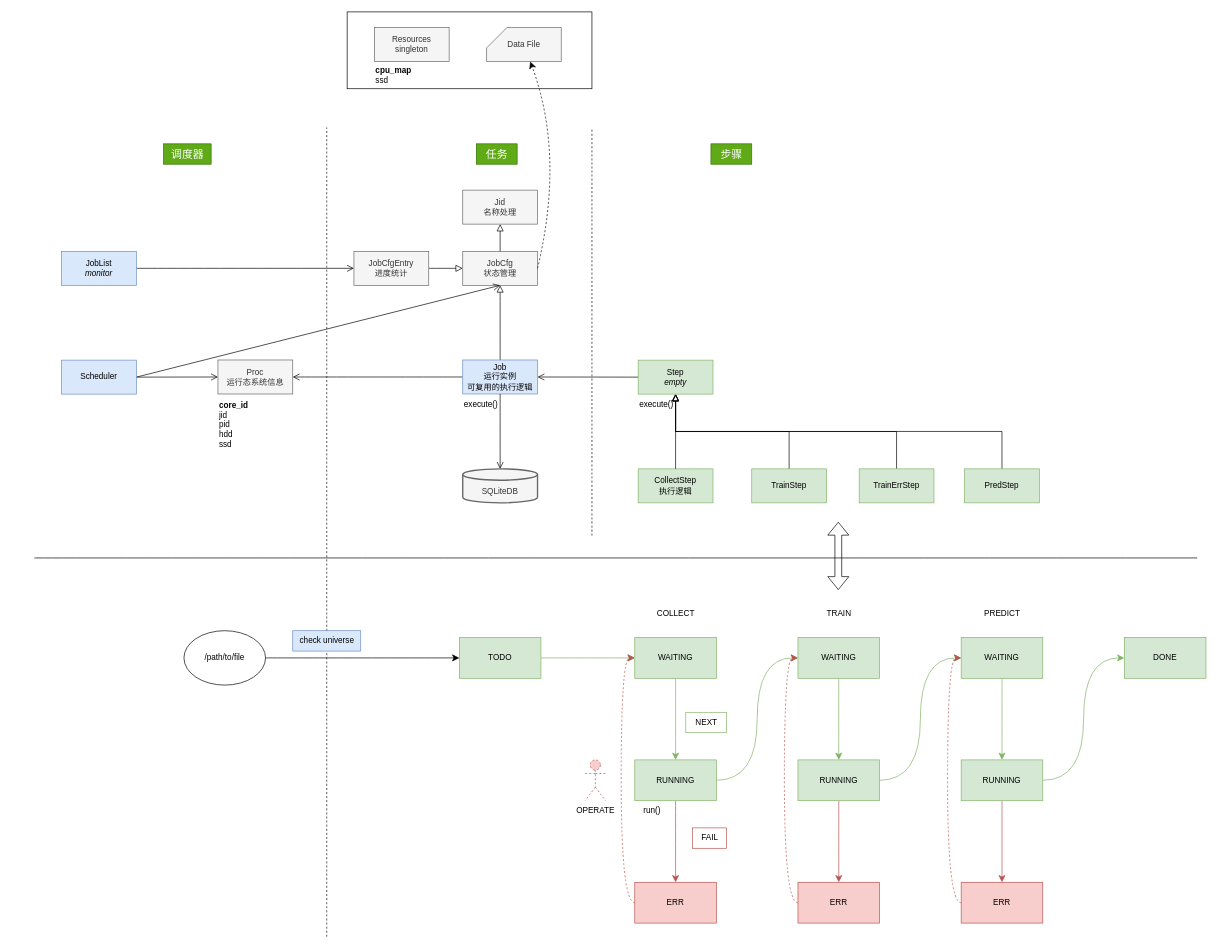
The draw.io diagram practice.drawio in mistyeye11/drawio, before the edit. Source tidied: cells renumbered, new cells numbered last; positions are measured from the earlier drawing's top-left corner, leaving out a move shared by most shapes. Both pictures are drawn from the tidied source at 68%, with x=0, y=0 at pixel (34, 12).
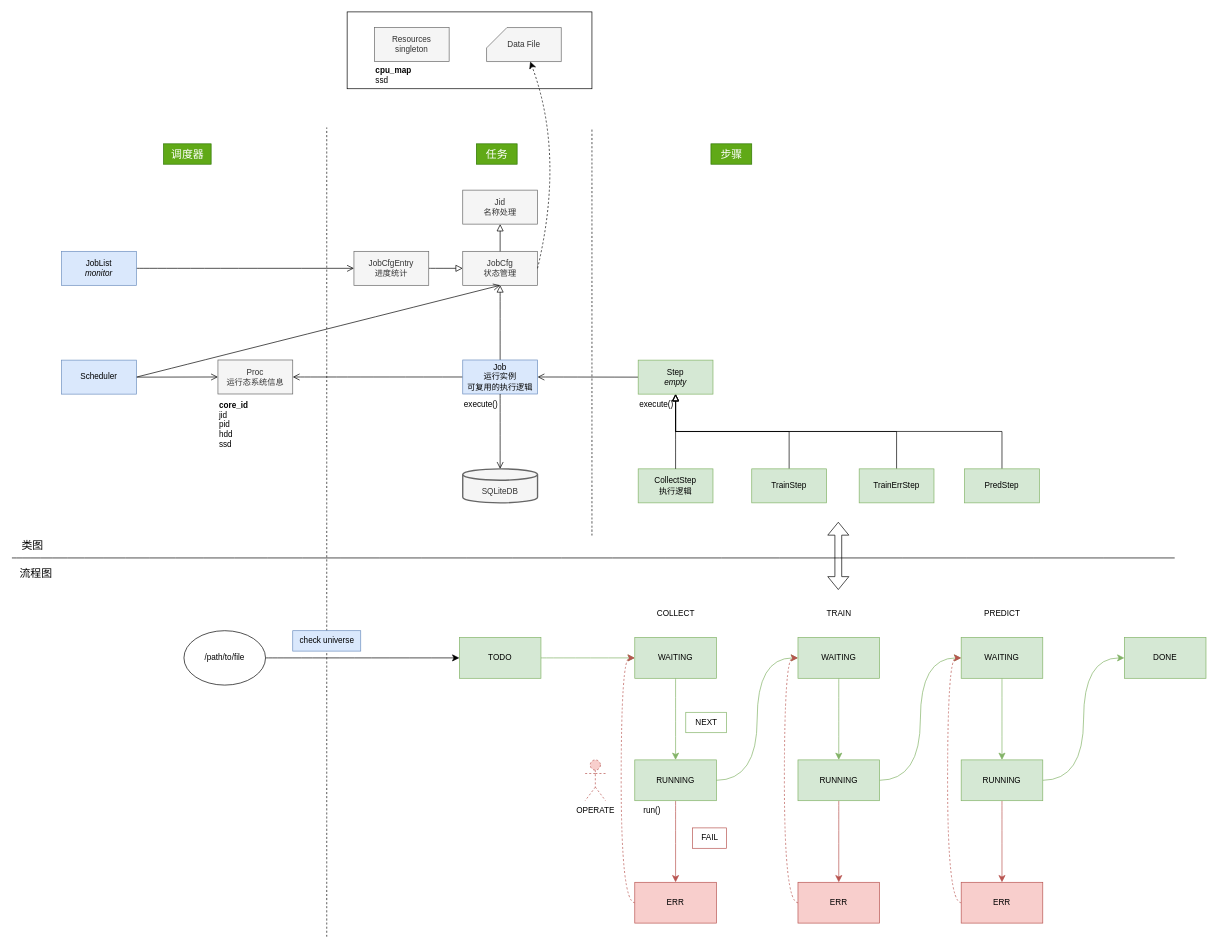
Above is the later version.

Change to the diagram source:
```diff
@@
     <mxCell id="55" style="endArrow=none;html=1;rounded=0;fontSize=12;startSize=8;endSize=8;curved=1;" parent="1" edge="1">
       <mxGeometry relative="1" as="geometry">
-        <mxPoint y="803" as="sourcePoint" />
-        <mxPoint x="1710" y="803" as="targetPoint" />
+        <mxPoint x="-33" y="803" as="sourcePoint" />
+        <mxPoint x="1677" y="803" as="targetPoint" />
       </mxGeometry>
     </mxCell>
@@
+    <mxCell id="82" value="流程图" style="text;html=1;align=center;verticalAlign=middle;strokeColor=none;fillColor=none;fontSize=16;" parent="1" vertex="1">
+      <mxGeometry x="-33" y="810" width="70" height="30" as="geometry" />
+    </mxCell>
+    <mxCell id="83" value="&lt;div&gt;类图&lt;/div&gt;" style="text;html=1;align=center;verticalAlign=middle;strokeColor=none;fillColor=none;fontSize=16;" parent="1" vertex="1">
+      <mxGeometry x="-33" y="770" width="60" height="30" as="geometry" />
+    </mxCell>
```
